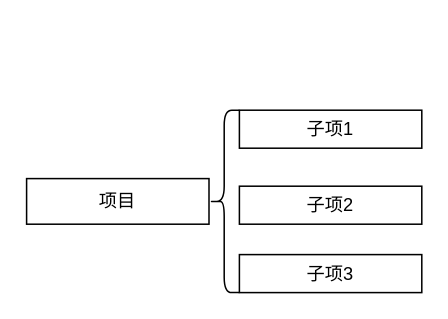
This is Untitled Diagram.drawio from lkailei/drawio, a draw.io file, before an edit. Source tidied: cells renumbered, new cells numbered last; positions are measured from the earlier drawing's top-left corner, leaving out a move shared by most shapes. Both pictures are drawn from the tidied source at 152%, with x=0, y=0 at pixel (26, 109).
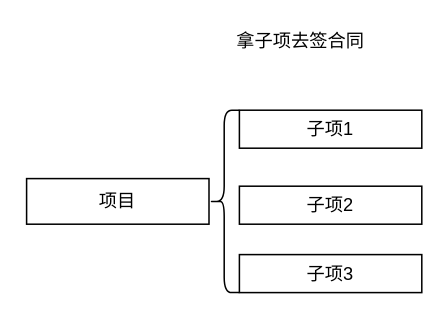
Above is the later version.

What changed in the source:
```diff
@@
 <mxGraphModel>
   <root>
     <mxCell id="0" />
     <mxCell id="1" parent="0" />
     <mxCell id="2" value="项目" style="rounded=0;whiteSpace=wrap;html=1;" parent="1" vertex="1">
       <mxGeometry y="45" width="120" height="30" as="geometry" />
     </mxCell>
     <mxCell id="3" style="shape=curlyBracket;whiteSpace=wrap;html=1;rounded=1;" parent="1" vertex="1">
       <mxGeometry x="120" width="20" height="120" as="geometry" />
     </mxCell>
     <mxCell id="4" value="子项1" style="rounded=0;whiteSpace=wrap;html=1;" parent="1" vertex="1">
       <mxGeometry x="140" width="120" height="25" as="geometry" />
     </mxCell>
     <mxCell id="5" value="子项2" style="rounded=0;whiteSpace=wrap;html=1;" parent="1" vertex="1">
       <mxGeometry x="140" y="50" width="120" height="25" as="geometry" />
     </mxCell>
     <mxCell id="6" value="子项3" style="rounded=0;whiteSpace=wrap;html=1;" parent="1" vertex="1">
       <mxGeometry x="140" y="95" width="120" height="25" as="geometry" />
     </mxCell>
+    <mxCell id="7" value="拿子项去签合同" style="text;html=1;align=center;verticalAlign=middle;strokeColor=none;fillColor=none;" parent="1" vertex="1">
+      <mxGeometry x="130" y="-55" width="100" height="20" as="geometry" />
+    </mxCell>
   </root>
 </mxGraphModel>
```
